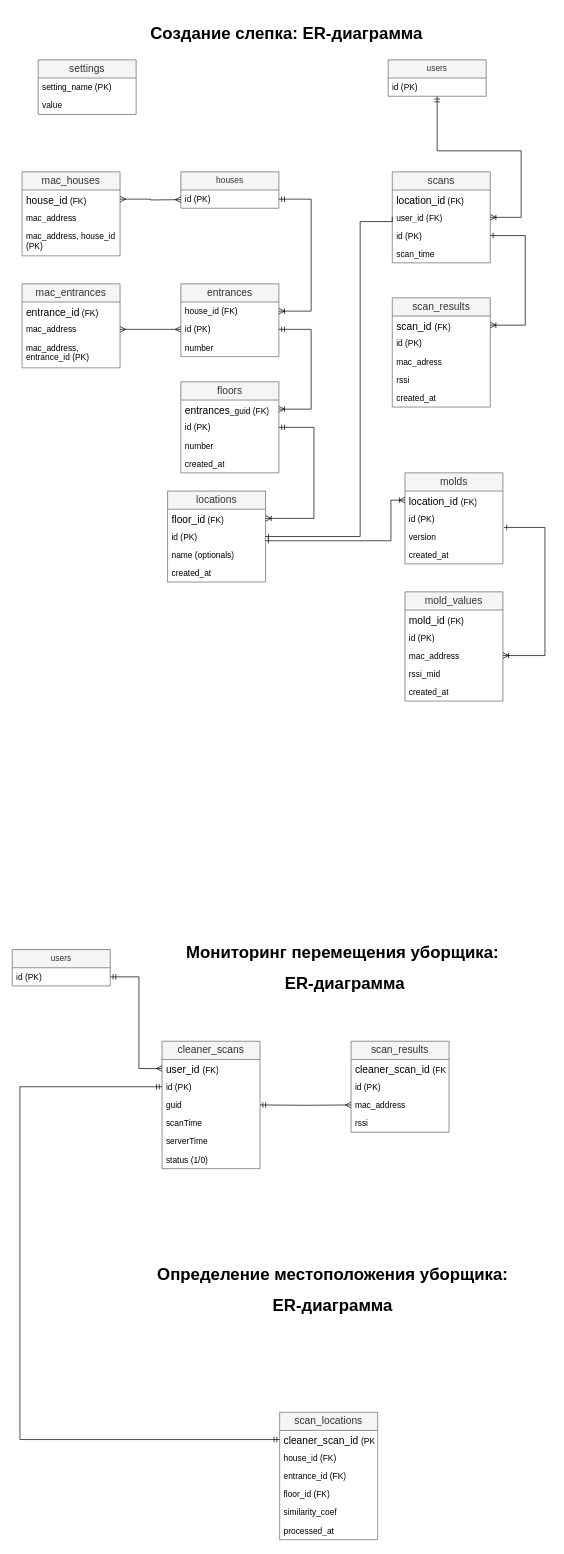
Above: page "Страница-7" (7 of 7) of КЧ_wifi.drawio in 4ipas/Chipas (draw.io), before the change. Source tidied: cells renumbered, new cells numbered last; positions are measured from the earlier drawing's top-left corner, leaving out a move shared by most shapes. Both pictures are drawn from the tidied source at 70%, with x=0, y=0 at pixel (12, 22).
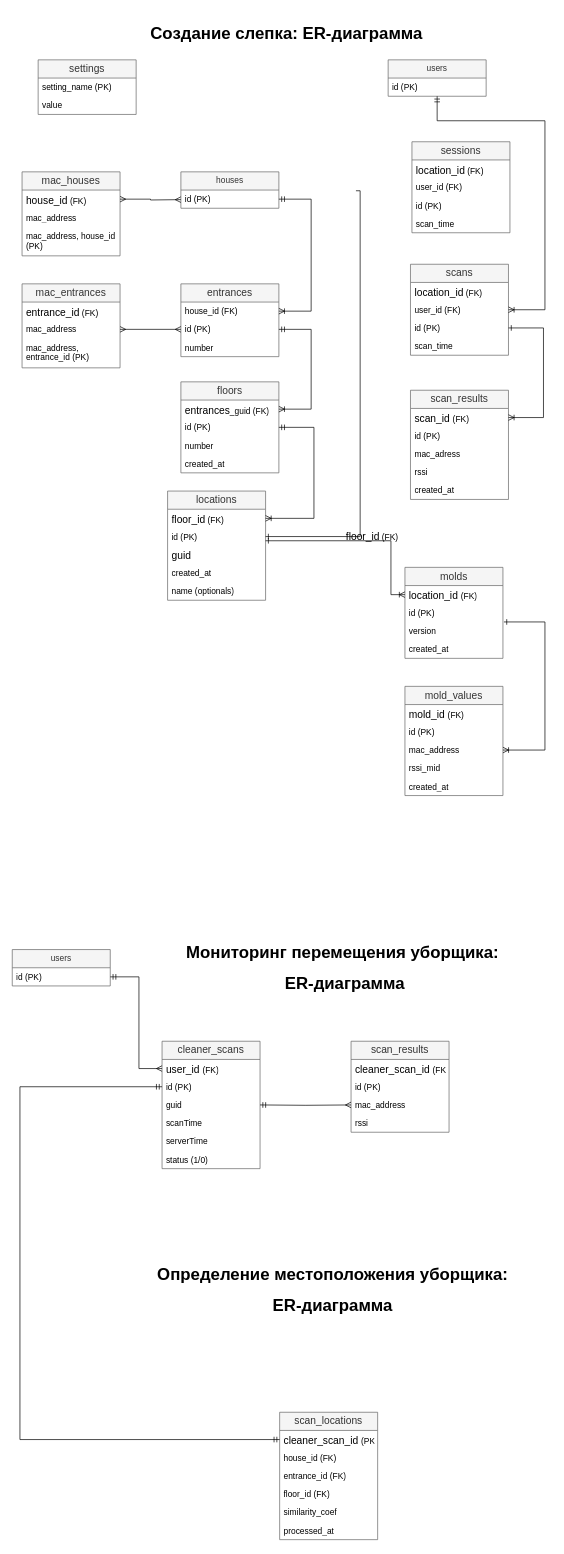
After the change.

Unchanged cells that the change refers to:
```xml
<mxCell id="17" value="id (PK)" style="text;strokeColor=none;fillColor=none;align=left;verticalAlign=top;spacingLeft=4;spacingRight=4;overflow=hidden;points=[[0,0.5],[1,0.5]];portConstraint=eastwest;whiteSpace=wrap;html=1;" parent="15" vertex="1">
  <mxGeometry y="52" width="140" height="26" as="geometry" />
</mxCell>
<mxCell id="23" value="user_id (FK)" style="text;strokeColor=none;fillColor=none;align=left;verticalAlign=top;spacingLeft=4;spacingRight=4;overflow=hidden;points=[[0,0.5],[1,0.5]];portConstraint=eastwest;whiteSpace=wrap;html=1;" parent="21" vertex="1">
  <mxGeometry y="52" width="140" height="26" as="geometry" />
</mxCell>
<mxCell id="24" value="id (PK)" style="text;strokeColor=none;fillColor=none;align=left;verticalAlign=top;spacingLeft=4;spacingRight=4;overflow=hidden;points=[[0,0.5],[1,0.5]];portConstraint=eastwest;whiteSpace=wrap;html=1;" parent="21" vertex="1">
  <mxGeometry y="78" width="140" height="26" as="geometry" />
</mxCell>
<mxCell id="27" value="id (PK)" style="text;strokeColor=none;fillColor=none;align=left;verticalAlign=top;spacingLeft=4;spacingRight=4;overflow=hidden;points=[[0,0.5],[1,0.5]];portConstraint=eastwest;whiteSpace=wrap;html=1;" parent="26" vertex="1">
  <mxGeometry y="26" width="140" height="26" as="geometry" />
</mxCell>
<mxCell id="31" value="&lt;div style=&quot;text-align: center;&quot;&gt;&lt;span style=&quot;background-color: transparent; color: light-dark(rgb(0, 0, 0), rgb(255, 255, 255));&quot;&gt;&lt;font face=&quot;Calibri, sans-serif&quot;&gt;&lt;span style=&quot;font-size: 14.6667px;&quot;&gt;scan_id&amp;nbsp;&lt;/span&gt;&lt;/font&gt;(FK)&lt;/span&gt;&lt;/div&gt;" style="text;strokeColor=none;fillColor=none;align=left;verticalAlign=top;spacingLeft=4;spacingRight=4;overflow=hidden;points=[[0,0.5],[1,0.5]];portConstraint=eastwest;whiteSpace=wrap;html=1;" parent="30" vertex="1">
  <mxGeometry y="26" width="140" height="26" as="geometry" />
</mxCell>
<mxCell id="39" value="&lt;div style=&quot;text-align: center;&quot;&gt;&lt;span style=&quot;background-color: transparent; color: light-dark(rgb(0, 0, 0), rgb(255, 255, 255));&quot;&gt;&lt;font face=&quot;Calibri, sans-serif&quot;&gt;&lt;span style=&quot;font-size: 14.6667px;&quot;&gt;location_id&amp;nbsp;&lt;/span&gt;&lt;/font&gt;(FK)&lt;/span&gt;&lt;/div&gt;" style="text;strokeColor=none;fillColor=none;align=left;verticalAlign=top;spacingLeft=4;spacingRight=4;overflow=hidden;points=[[0,0.5],[1,0.5]];portConstraint=eastwest;whiteSpace=wrap;html=1;" parent="38" vertex="1">
  <mxGeometry y="26" width="140" height="26" as="geometry" />
</mxCell>
<mxCell id="41" value="version" style="text;strokeColor=none;fillColor=none;align=left;verticalAlign=top;spacingLeft=4;spacingRight=4;overflow=hidden;points=[[0,0.5],[1,0.5]];portConstraint=eastwest;whiteSpace=wrap;html=1;" parent="38" vertex="1">
  <mxGeometry y="78" width="140" height="26" as="geometry" />
</mxCell>
<mxCell id="57" value="mac_address" style="text;strokeColor=none;fillColor=none;align=left;verticalAlign=top;spacingLeft=4;spacingRight=4;overflow=hidden;points=[[0,0.5],[1,0.5]];portConstraint=eastwest;whiteSpace=wrap;html=1;" parent="54" vertex="1">
  <mxGeometry y="78" width="140" height="26" as="geometry" />
</mxCell>
```

What changed in the source:
```diff
@@
     <mxCell id="15" value="&lt;span lang=&quot;EN-US&quot; style=&quot;font-size:11.0pt;line-height:&amp;lt;br/&amp;gt;107%;font-family:&amp;quot;Calibri&amp;quot;,sans-serif;mso-ascii-theme-font:minor-latin;&amp;lt;br/&amp;gt;mso-fareast-font-family:Calibri;mso-fareast-theme-font:minor-latin;mso-hansi-theme-font:&amp;lt;br/&amp;gt;minor-latin;mso-bidi-font-family:&amp;quot;Times New Roman&amp;quot;;mso-bidi-theme-font:minor-bidi;&amp;lt;br/&amp;gt;mso-ansi-language:EN-US;mso-fareast-language:EN-US;mso-bidi-language:AR-SA&quot;&gt;locations&lt;/span&gt;" style="swimlane;fontStyle=0;horizontal=1;startSize=26;fillColor=#f5f5f5;whiteSpace=wrap;html=1;fontColor=#333333;strokeColor=#666666;" parent="1" vertex="1">
-      <mxGeometry x="221.9" y="669" width="140" height="130" as="geometry" />
+      <mxGeometry x="221.9" y="669" width="140" height="156" as="geometry" />
     </mxCell>
@@
+    <mxCell id="90" value="&lt;div style=&quot;text-align: center;&quot;&gt;&lt;span style=&quot;background-color: transparent; color: light-dark(rgb(0, 0, 0), rgb(255, 255, 255));&quot;&gt;&lt;font face=&quot;Calibri, sans-serif&quot;&gt;&lt;span style=&quot;font-size: 14.6667px;&quot;&gt;guid&lt;/span&gt;&lt;/font&gt;&lt;/span&gt;&lt;/div&gt;" style="text;strokeColor=none;fillColor=none;align=left;verticalAlign=top;spacingLeft=4;spacingRight=4;overflow=hidden;whiteSpace=wrap;html=1;" parent="15" vertex="1">
+      <mxGeometry y="78" width="140" height="26" as="geometry" />
+    </mxCell>
+    <mxCell id="19" value="created_at" style="text;strokeColor=none;fillColor=none;align=left;verticalAlign=top;spacingLeft=4;spacingRight=4;overflow=hidden;whiteSpace=wrap;html=1;" parent="15" vertex="1">
+      <mxGeometry y="104" width="140" height="26" as="geometry" />
+    </mxCell>
     <mxCell id="18" value="name (optionals)" style="text;strokeColor=none;fillColor=none;align=left;verticalAlign=top;spacingLeft=4;spacingRight=4;overflow=hidden;whiteSpace=wrap;html=1;" parent="15" vertex="1">
-      <mxGeometry y="78" width="140" height="26" as="geometry" />
+      <mxGeometry y="130" width="140" height="26" as="geometry" />
     </mxCell>
-    <mxCell id="19" value="created_at" style="text;strokeColor=none;fillColor=none;align=left;verticalAlign=top;spacingLeft=4;spacingRight=4;overflow=hidden;whiteSpace=wrap;html=1;" parent="15" vertex="1">
-      <mxGeometry y="104" width="140" height="26" as="geometry" />
-    </mxCell>
@@
     <mxCell id="21" value="&lt;span lang=&quot;EN-US&quot; style=&quot;font-size:11.0pt;line-height:&amp;lt;br/&amp;gt;107%;font-family:&amp;quot;Calibri&amp;quot;,sans-serif;mso-ascii-theme-font:minor-latin;&amp;lt;br/&amp;gt;mso-fareast-font-family:Calibri;mso-fareast-theme-font:minor-latin;mso-hansi-theme-font:&amp;lt;br/&amp;gt;minor-latin;mso-bidi-font-family:&amp;quot;Times New Roman&amp;quot;;mso-bidi-theme-font:minor-bidi;&amp;lt;br/&amp;gt;mso-ansi-language:EN-US;mso-fareast-language:EN-US;mso-bidi-language:AR-SA&quot;&gt;scans&lt;/span&gt;" style="swimlane;fontStyle=0;horizontal=1;startSize=26;fillColor=#f5f5f5;whiteSpace=wrap;html=1;fontColor=#333333;strokeColor=#666666;" parent="1" vertex="1">
-      <mxGeometry x="542.9" y="213" width="140" height="130" as="geometry" />
+      <mxGeometry x="568.9" y="345" width="140" height="130" as="geometry" />
     </mxCell>
@@
     <mxCell id="28" style="edgeStyle=orthogonalEdgeStyle;rounded=0;jettySize=auto;html=1;endArrow=ERone;endFill=0;" parent="1" edge="1" target="17">
       <mxGeometry relative="1" as="geometry">
-        <mxPoint x="542.9" y="277" as="sourcePoint" />
+        <mxPoint x="491" y="240" as="sourcePoint" />
         <Array as="points">
-          <mxPoint x="543" y="284" />
-          <mxPoint x="497" y="284" />
+          <mxPoint x="497" y="240" />
           <mxPoint x="497" y="734" />
         </Array>
       </mxGeometry>
     </mxCell>
     <mxCell id="29" style="edgeStyle=orthogonalEdgeStyle;rounded=0;jettySize=auto;html=1;startArrow=ERoneToMany;startFill=0;endArrow=ERmandOne;endFill=0;" parent="1" edge="1" source="23" target="27">
       <mxGeometry relative="1" as="geometry">
         <Array as="points">
-          <mxPoint x="727" y="278" />
-          <mxPoint x="727" y="183" />
-          <mxPoint x="607" y="183" />
+          <mxPoint x="761" y="410" />
+          <mxPoint x="761" y="140" />
+          <mxPoint x="607" y="140" />
         </Array>
       </mxGeometry>
     </mxCell>
     <mxCell id="30" value="&lt;span lang=&quot;EN-US&quot; style=&quot;font-size:11.0pt;line-height:&amp;lt;br/&amp;gt;107%;font-family:&amp;quot;Calibri&amp;quot;,sans-serif;mso-ascii-theme-font:minor-latin;&amp;lt;br/&amp;gt;mso-fareast-font-family:Calibri;mso-fareast-theme-font:minor-latin;mso-hansi-theme-font:&amp;lt;br/&amp;gt;minor-latin;mso-bidi-font-family:&amp;quot;Times New Roman&amp;quot;;mso-bidi-theme-font:minor-bidi;&amp;lt;br/&amp;gt;mso-ansi-language:EN-US;mso-fareast-language:EN-US;mso-bidi-language:AR-SA&quot;&gt;scan_results&lt;/span&gt;" style="swimlane;fontStyle=0;horizontal=1;startSize=26;fillColor=#f5f5f5;whiteSpace=wrap;html=1;fontColor=#333333;strokeColor=#666666;" parent="1" vertex="1">
-      <mxGeometry x="542.9" y="393" width="140" height="156" as="geometry" />
+      <mxGeometry x="568.9" y="525" width="140" height="156" as="geometry" />
     </mxCell>
@@
     <mxCell id="36" style="edgeStyle=orthogonalEdgeStyle;rounded=0;jettySize=auto;html=1;entryX=1;entryY=0.5;entryDx=0;entryDy=0;startArrow=ERoneToMany;startFill=0;endArrow=ERone;endFill=0;" parent="1" edge="1" source="31" target="24">
       <mxGeometry relative="1" as="geometry">
         <Array as="points">
-          <mxPoint x="732.9" y="432" />
-          <mxPoint x="732.9" y="304" />
+          <mxPoint x="758.9" y="564" />
+          <mxPoint x="758.9" y="436" />
         </Array>
       </mxGeometry>
     </mxCell>
@@
     <mxCell id="38" value="&lt;font face=&quot;Calibri, sans-serif&quot;&gt;&lt;span style=&quot;font-size: 14.6667px;&quot;&gt;molds&lt;/span&gt;&lt;/font&gt;" style="swimlane;fontStyle=0;horizontal=1;startSize=26;fillColor=#f5f5f5;whiteSpace=wrap;html=1;fontColor=#333333;strokeColor=#666666;" parent="1" vertex="1">
-      <mxGeometry x="561" y="643" width="140" height="130" as="geometry" />
+      <mxGeometry x="561" y="778" width="140" height="130" as="geometry" />
     </mxCell>
@@
     <mxCell id="43" style="edgeStyle=orthogonalEdgeStyle;rounded=0;jettySize=auto;html=1;startArrow=ERoneToMany;startFill=0;endArrow=ERone;endFill=0;exitX=0;exitY=0.5;exitDx=0;exitDy=0;" parent="1" edge="1" source="39" target="17">
       <mxGeometry relative="1" as="geometry">
         <Array as="points">
-          <mxPoint x="541" y="682" />
+          <mxPoint x="541" y="817" />
           <mxPoint x="541" y="740" />
         </Array>
       </mxGeometry>
     </mxCell>
@@
     <mxCell id="54" value="&lt;font face=&quot;Calibri, sans-serif&quot;&gt;&lt;span style=&quot;font-size: 14.6667px;&quot;&gt;mold_values&lt;/span&gt;&lt;/font&gt;" style="swimlane;fontStyle=0;horizontal=1;startSize=26;fillColor=#f5f5f5;whiteSpace=wrap;html=1;fontColor=#333333;strokeColor=#666666;" parent="1" vertex="1">
-      <mxGeometry x="561" y="813" width="140" height="156" as="geometry" />
+      <mxGeometry x="561" y="948" width="140" height="156" as="geometry" />
     </mxCell>
@@
     <mxCell id="60" style="edgeStyle=orthogonalEdgeStyle;rounded=0;jettySize=auto;html=1;entryX=1.01;entryY=0;entryDx=0;entryDy=0;entryPerimeter=0;endArrow=ERone;endFill=0;startArrow=ERoneToMany;startFill=0;" parent="1" edge="1" source="57" target="41">
       <mxGeometry relative="1" as="geometry">
         <Array as="points">
-          <mxPoint x="761" y="904" />
-          <mxPoint x="761" y="721" />
+          <mxPoint x="761" y="1039" />
+          <mxPoint x="761" y="856" />
         </Array>
       </mxGeometry>
     </mxCell>
@@
+    <mxCell id="91" value="&lt;font face=&quot;Calibri, sans-serif&quot;&gt;&lt;span style=&quot;font-size: 14.6667px;&quot;&gt;sessions&lt;/span&gt;&lt;/font&gt;" style="swimlane;fontStyle=0;horizontal=1;startSize=26;fillColor=#f5f5f5;whiteSpace=wrap;html=1;fontColor=#333333;strokeColor=#666666;" parent="1" vertex="1">
+      <mxGeometry x="571" y="170" width="140" height="130" as="geometry" />
+    </mxCell>
+    <mxCell id="92" value="&lt;span style=&quot;font-family: Calibri, sans-serif; font-size: 14.6667px; text-align: center;&quot;&gt;location_id&lt;/span&gt;&amp;nbsp;(FK)" style="text;strokeColor=none;fillColor=none;align=left;verticalAlign=top;spacingLeft=4;spacingRight=4;overflow=hidden;whiteSpace=wrap;html=1;" parent="91" vertex="1">
+      <mxGeometry y="26" width="140" height="26" as="geometry" />
+    </mxCell>
+    <mxCell id="93" value="user_id (FK)" style="text;strokeColor=none;fillColor=none;align=left;verticalAlign=top;spacingLeft=4;spacingRight=4;overflow=hidden;whiteSpace=wrap;html=1;" parent="91" vertex="1">
+      <mxGeometry y="52" width="140" height="26" as="geometry" />
+    </mxCell>
+    <mxCell id="94" value="id (PK)" style="text;strokeColor=none;fillColor=none;align=left;verticalAlign=top;spacingLeft=4;spacingRight=4;overflow=hidden;whiteSpace=wrap;html=1;" parent="91" vertex="1">
+      <mxGeometry y="78" width="140" height="26" as="geometry" />
+    </mxCell>
+    <mxCell id="95" value="scan_time" style="text;strokeColor=none;fillColor=none;align=left;verticalAlign=top;spacingLeft=4;spacingRight=4;overflow=hidden;whiteSpace=wrap;html=1;" parent="91" vertex="1">
+      <mxGeometry y="104" width="140" height="26" as="geometry" />
+    </mxCell>
+    <mxCell id="96" value="&lt;span style=&quot;font-family: Calibri, sans-serif; font-size: 14.6667px; text-align: center;&quot;&gt;floor_id&lt;/span&gt;&amp;nbsp;(FK)" style="text;strokeColor=none;fillColor=none;align=left;verticalAlign=top;spacingLeft=4;spacingRight=4;overflow=hidden;whiteSpace=wrap;html=1;" parent="1" vertex="1">
+      <mxGeometry x="471" y="720" width="140" height="26" as="geometry" />
+    </mxCell>
```
